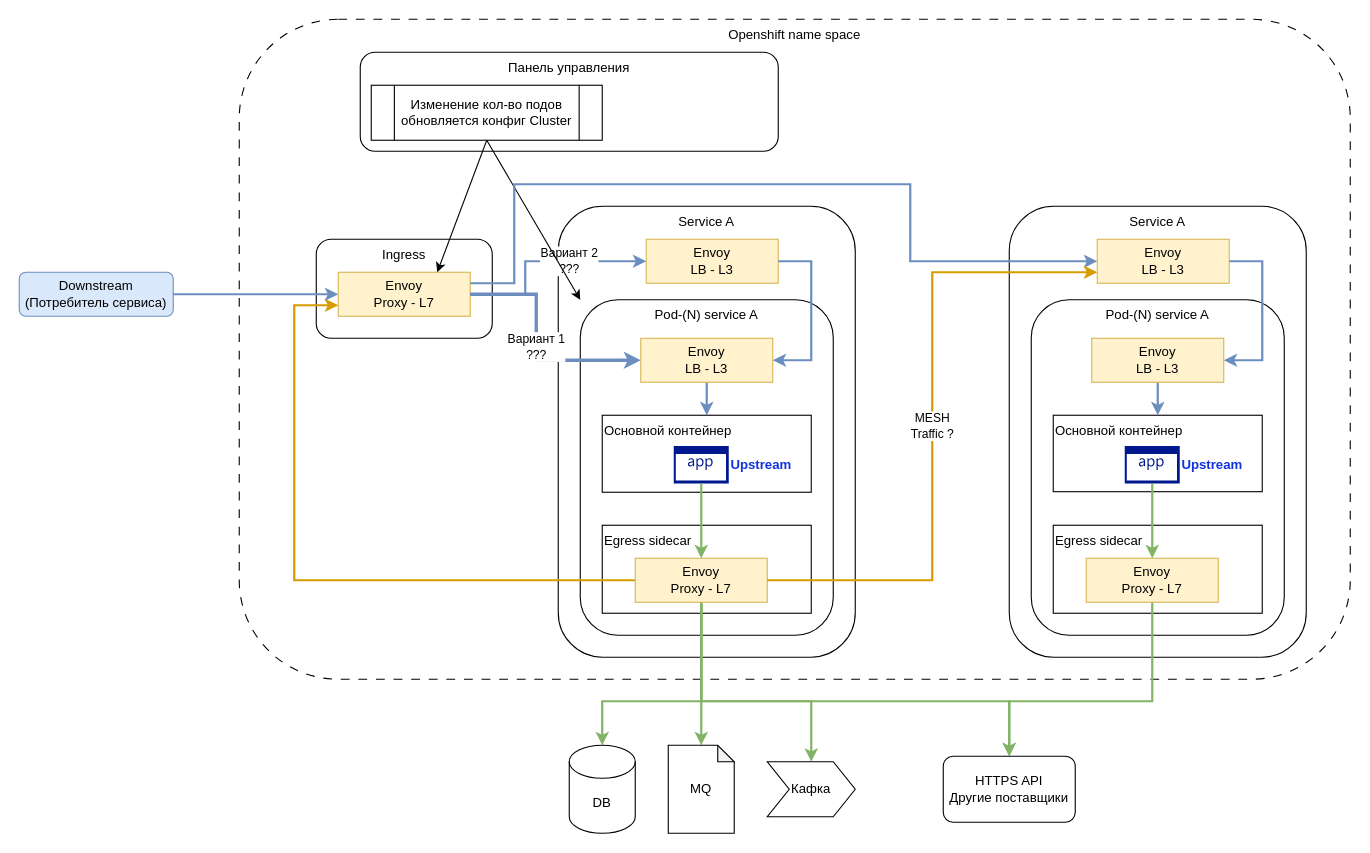
Before: envoy_in_istio_architecture.drawio in goncharov-ns/draw_io, a draw.io diagram. Source tidied: cells renumbered, new cells numbered last; positions are measured from the earlier drawing's top-left corner, leaving out a move shared by most shapes. Both pictures are drawn from the tidied source at 110%, with x=0, y=0 at pixel (19, 19).
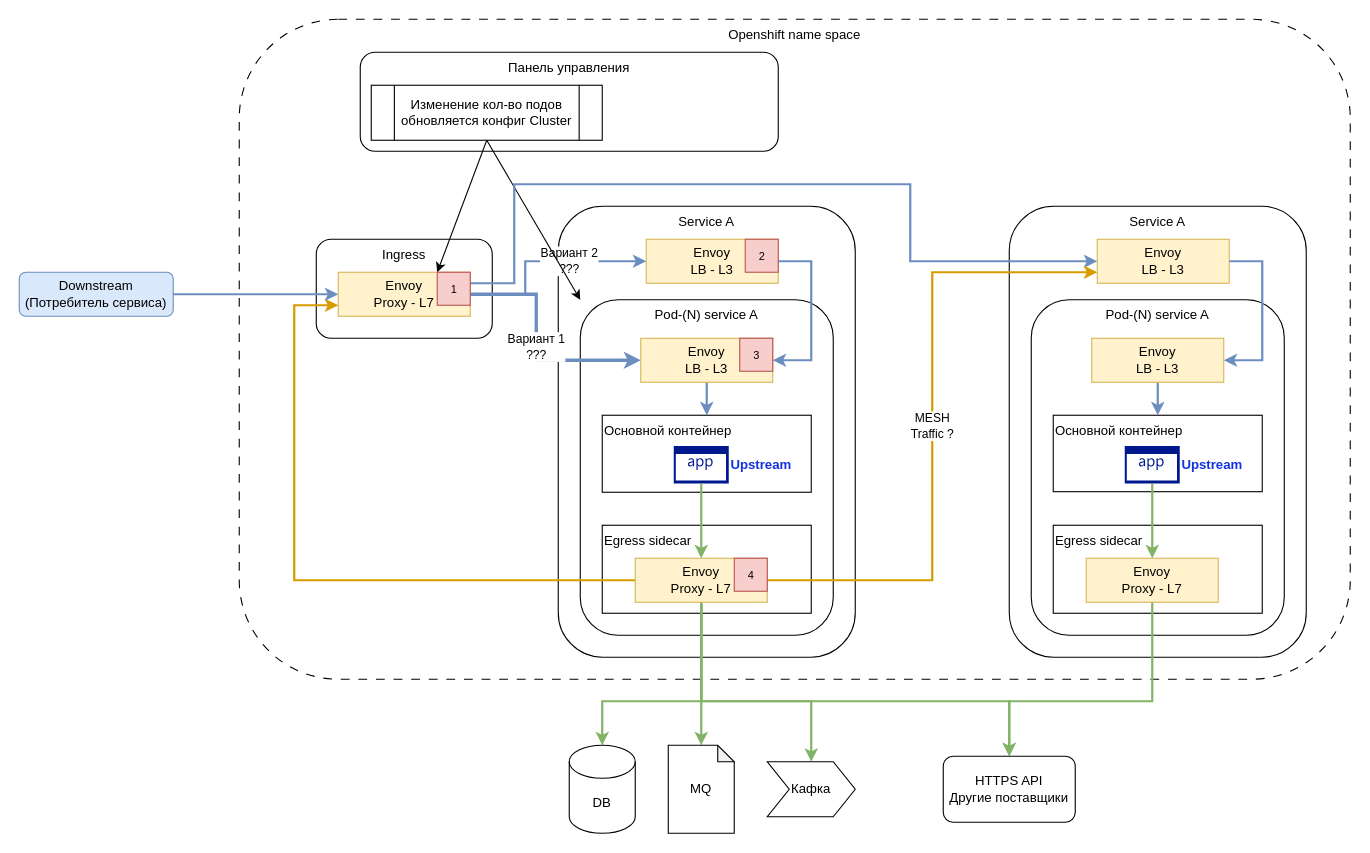
Above is the later version.

The edit, as a diff of the source:
```diff
@@
+    <mxCell id="47" value="1" style="text;html=1;align=center;verticalAlign=middle;strokeColor=#b85450;fillColor=#f8cecc;fontSize=10;" parent="1" vertex="1">
+      <mxGeometry x="380" y="230" width="30" height="30" as="geometry" />
+    </mxCell>
+    <mxCell id="48" value="2" style="text;html=1;align=center;verticalAlign=middle;strokeColor=#b85450;fillColor=#f8cecc;fontSize=10;" parent="1" vertex="1">
+      <mxGeometry x="660" y="200" width="30" height="30" as="geometry" />
+    </mxCell>
+    <mxCell id="49" value="3" style="text;html=1;align=center;verticalAlign=middle;strokeColor=#b85450;fillColor=#f8cecc;fontSize=10;" parent="1" vertex="1">
+      <mxGeometry x="655" y="290" width="30" height="30" as="geometry" />
+    </mxCell>
+    <mxCell id="50" value="4" style="text;html=1;align=center;verticalAlign=middle;strokeColor=#b85450;fillColor=#f8cecc;fontSize=10;" parent="1" vertex="1">
+      <mxGeometry x="650" y="490" width="30" height="30" as="geometry" />
+    </mxCell>
```
